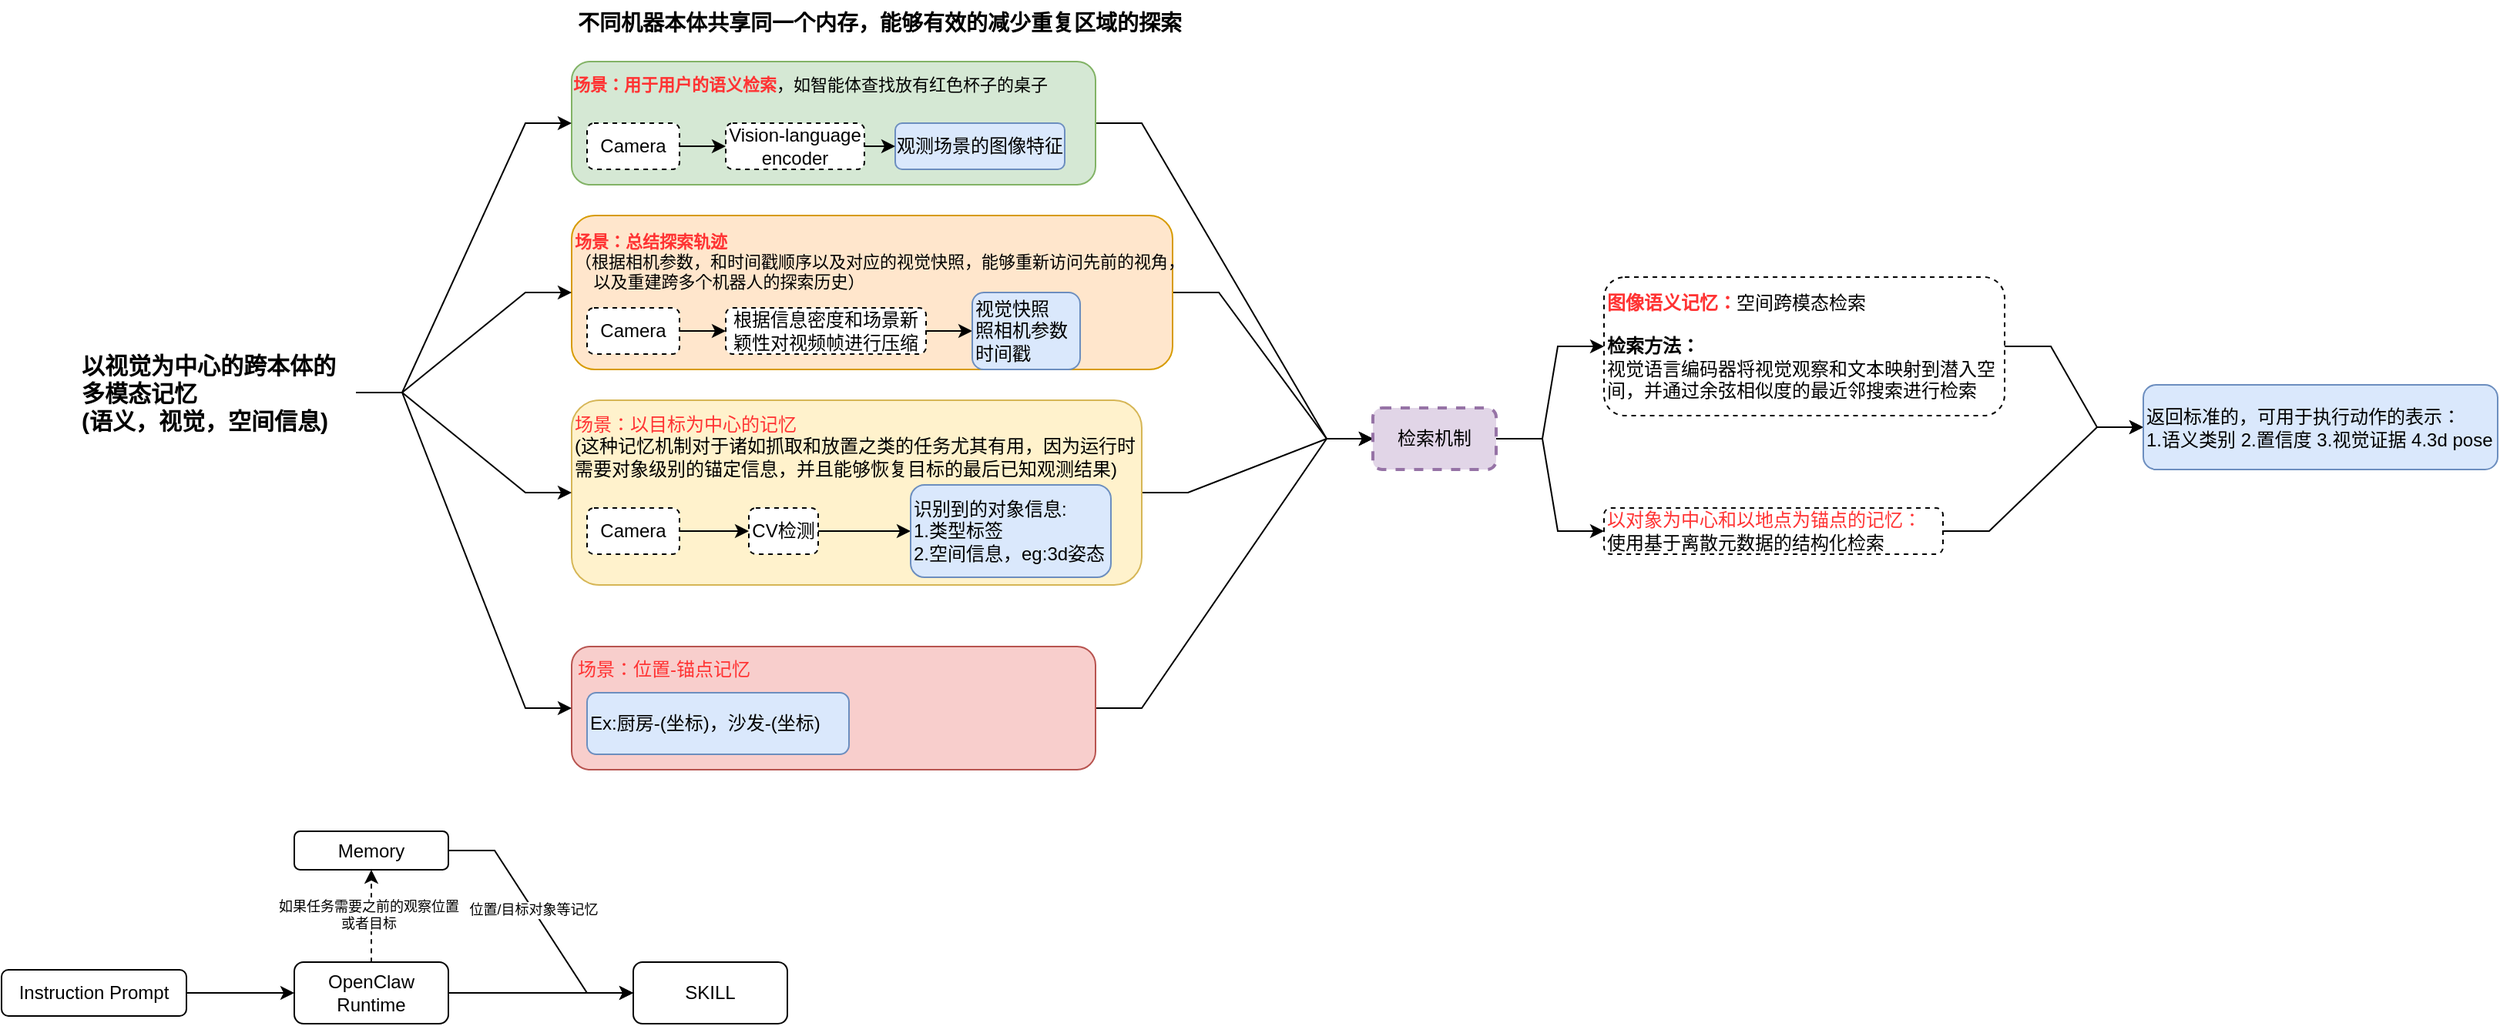
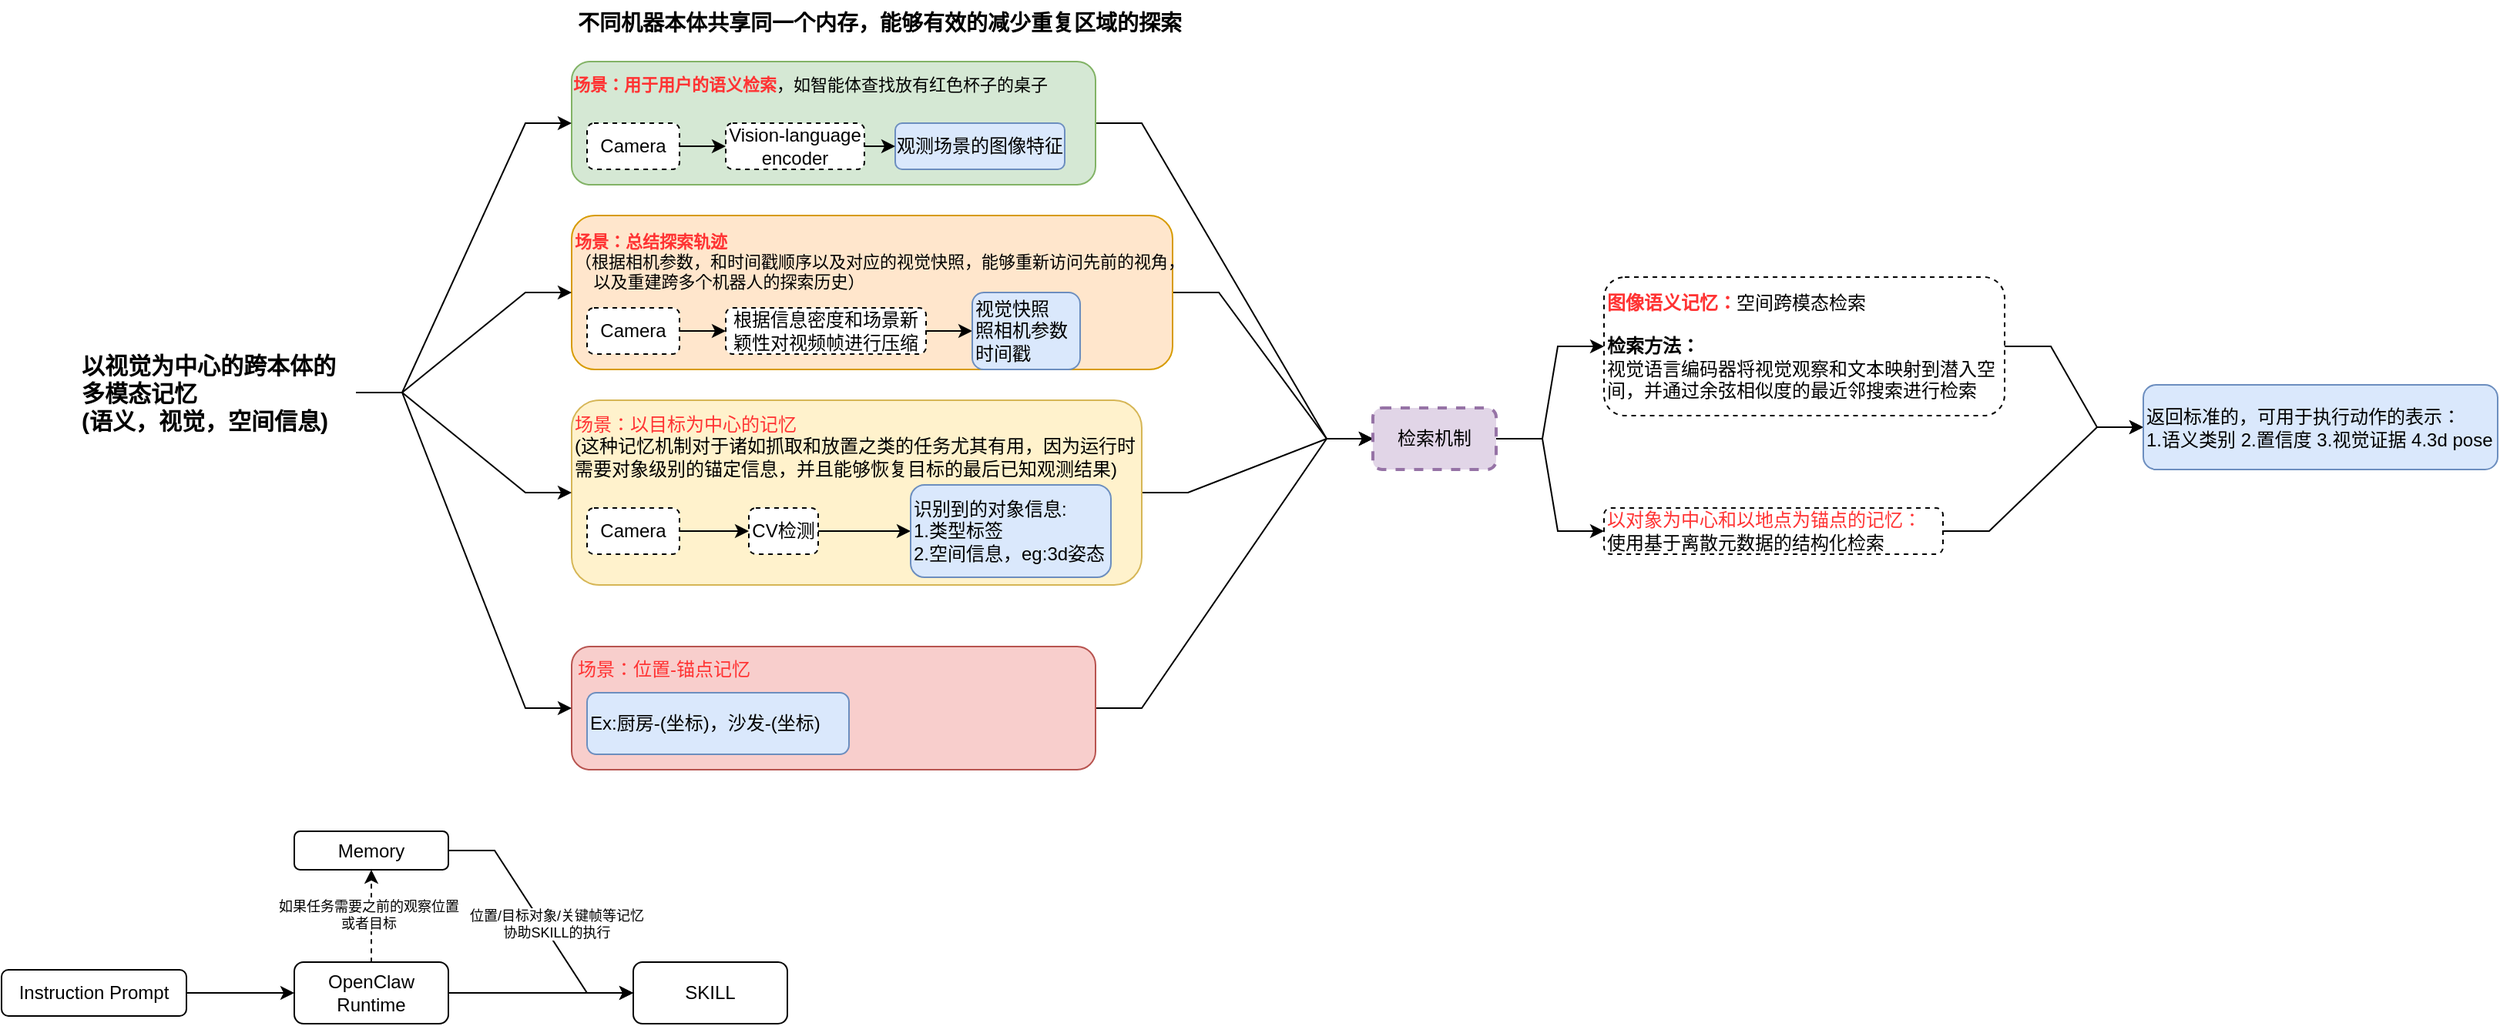
<mxfile host="app.diagrams.net">
  <diagram name="ABot-Claw" id="ri1UiOSOw__C7K71Jf-3">
    <mxGraphModel dx="725" dy="393" grid="1" gridSize="10" guides="1" tooltips="1" connect="1" arrows="1" fold="1" page="1" pageScale="1" pageWidth="3300" pageHeight="2339" math="0" shadow="0">
      <root>
        <mxCell id="0" />
        <mxCell id="1" parent="0" />
        <mxCell id="8uAygAgR7DF40HWwl34I-37" edge="1" parent="1" source="8uAygAgR7DF40HWwl34I-28" style="edgeStyle=entityRelationEdgeStyle;rounded=0;orthogonalLoop=1;jettySize=auto;html=1;exitX=1;exitY=0.5;exitDx=0;exitDy=0;" target="8uAygAgR7DF40HWwl34I-33">
          <mxGeometry relative="1" as="geometry" />
        </mxCell>
        <mxCell id="8uAygAgR7DF40HWwl34I-28" parent="1" style="rounded=1;whiteSpace=wrap;html=1;fillColor=#f8cecc;strokeColor=#b85450;" value="" vertex="1">
          <mxGeometry height="80" width="340" x="480" y="470" as="geometry" />
        </mxCell>
        <mxCell id="8uAygAgR7DF40HWwl34I-36" edge="1" parent="1" source="8uAygAgR7DF40HWwl34I-24" style="edgeStyle=entityRelationEdgeStyle;rounded=0;orthogonalLoop=1;jettySize=auto;html=1;exitX=1;exitY=0.5;exitDx=0;exitDy=0;entryX=0;entryY=0.5;entryDx=0;entryDy=0;" target="8uAygAgR7DF40HWwl34I-33">
          <mxGeometry relative="1" as="geometry">
            <mxPoint x="1020" y="320" as="targetPoint" />
          </mxGeometry>
        </mxCell>
        <mxCell id="8uAygAgR7DF40HWwl34I-24" parent="1" style="rounded=1;whiteSpace=wrap;html=1;fillColor=#fff2cc;strokeColor=#d6b656;" value="" vertex="1">
          <mxGeometry height="120" width="370" x="480" y="310" as="geometry" />
        </mxCell>
        <mxCell id="8uAygAgR7DF40HWwl34I-35" edge="1" parent="1" source="8uAygAgR7DF40HWwl34I-17" style="edgeStyle=entityRelationEdgeStyle;rounded=0;orthogonalLoop=1;jettySize=auto;html=1;exitX=1;exitY=0.5;exitDx=0;exitDy=0;entryX=0;entryY=0.5;entryDx=0;entryDy=0;" target="8uAygAgR7DF40HWwl34I-33">
          <mxGeometry relative="1" as="geometry" />
        </mxCell>
        <mxCell id="8uAygAgR7DF40HWwl34I-17" parent="1" style="rounded=1;whiteSpace=wrap;html=1;fillColor=#ffe6cc;strokeColor=#d79b00;" value="" vertex="1">
          <mxGeometry height="100" width="390" x="480" y="190" as="geometry" />
        </mxCell>
        <mxCell id="8uAygAgR7DF40HWwl34I-34" edge="1" parent="1" source="8uAygAgR7DF40HWwl34I-16" style="edgeStyle=entityRelationEdgeStyle;rounded=0;orthogonalLoop=1;jettySize=auto;html=1;exitX=1;exitY=0.5;exitDx=0;exitDy=0;entryX=0;entryY=0.5;entryDx=0;entryDy=0;" target="8uAygAgR7DF40HWwl34I-33">
          <mxGeometry relative="1" as="geometry" />
        </mxCell>
        <mxCell id="8uAygAgR7DF40HWwl34I-16" parent="1" style="rounded=1;whiteSpace=wrap;html=1;fillColor=#d5e8d4;strokeColor=#82b366;" value="" vertex="1">
          <mxGeometry height="80" width="340" x="480" y="90" as="geometry" />
        </mxCell>
        <mxCell id="8uAygAgR7DF40HWwl34I-29" edge="1" parent="1" source="8uAygAgR7DF40HWwl34I-1" style="edgeStyle=entityRelationEdgeStyle;rounded=0;orthogonalLoop=1;jettySize=auto;html=1;exitX=1;exitY=0.5;exitDx=0;exitDy=0;entryX=0;entryY=0.5;entryDx=0;entryDy=0;" target="8uAygAgR7DF40HWwl34I-16">
          <mxGeometry relative="1" as="geometry" />
        </mxCell>
        <mxCell id="8uAygAgR7DF40HWwl34I-30" edge="1" parent="1" source="8uAygAgR7DF40HWwl34I-1" style="edgeStyle=entityRelationEdgeStyle;rounded=0;orthogonalLoop=1;jettySize=auto;html=1;exitX=1;exitY=0.5;exitDx=0;exitDy=0;entryX=0;entryY=0.5;entryDx=0;entryDy=0;" target="8uAygAgR7DF40HWwl34I-28">
          <mxGeometry relative="1" as="geometry" />
        </mxCell>
        <mxCell id="8uAygAgR7DF40HWwl34I-31" edge="1" parent="1" source="8uAygAgR7DF40HWwl34I-1" style="edgeStyle=entityRelationEdgeStyle;rounded=0;orthogonalLoop=1;jettySize=auto;html=1;exitX=1;exitY=0.5;exitDx=0;exitDy=0;entryX=0;entryY=0.5;entryDx=0;entryDy=0;" target="8uAygAgR7DF40HWwl34I-17">
          <mxGeometry relative="1" as="geometry" />
        </mxCell>
        <mxCell id="8uAygAgR7DF40HWwl34I-32" edge="1" parent="1" source="8uAygAgR7DF40HWwl34I-1" style="edgeStyle=entityRelationEdgeStyle;rounded=0;orthogonalLoop=1;jettySize=auto;html=1;exitX=1;exitY=0.5;exitDx=0;exitDy=0;entryX=0;entryY=0.5;entryDx=0;entryDy=0;" target="8uAygAgR7DF40HWwl34I-24">
          <mxGeometry relative="1" as="geometry" />
        </mxCell>
        <mxCell id="8uAygAgR7DF40HWwl34I-1" parent="1" style="text;html=1;whiteSpace=wrap;strokeColor=none;fillColor=none;align=left;verticalAlign=middle;rounded=0;fontStyle=1;fontSize=15;" value="以视觉为中心的跨本体的多模态记忆&lt;br&gt;(语义，视觉，空间信息)" vertex="1">
          <mxGeometry height="30" width="180" x="160" y="290" as="geometry" />
        </mxCell>
        <mxCell id="8uAygAgR7DF40HWwl34I-2" parent="1" style="rounded=1;whiteSpace=wrap;html=1;fillColor=#dae8fc;strokeColor=#6c8ebf;" value="观测场景的图像特征" vertex="1">
          <mxGeometry height="30" width="110" x="690" y="130" as="geometry" />
        </mxCell>
        <mxCell id="8uAygAgR7DF40HWwl34I-5" edge="1" parent="1" source="8uAygAgR7DF40HWwl34I-3" style="edgeStyle=orthogonalEdgeStyle;rounded=0;orthogonalLoop=1;jettySize=auto;html=1;exitX=1;exitY=0.5;exitDx=0;exitDy=0;entryX=0;entryY=0.5;entryDx=0;entryDy=0;" target="8uAygAgR7DF40HWwl34I-2">
          <mxGeometry relative="1" as="geometry" />
        </mxCell>
        <mxCell id="8uAygAgR7DF40HWwl34I-3" parent="1" style="rounded=1;whiteSpace=wrap;html=1;dashed=1;" value="Vision-language encoder" vertex="1">
          <mxGeometry height="30" width="90" x="580" y="130" as="geometry" />
        </mxCell>
        <mxCell id="8uAygAgR7DF40HWwl34I-6" edge="1" parent="1" source="8uAygAgR7DF40HWwl34I-4" style="edgeStyle=orthogonalEdgeStyle;rounded=0;orthogonalLoop=1;jettySize=auto;html=1;exitX=1;exitY=0.5;exitDx=0;exitDy=0;entryX=0;entryY=0.5;entryDx=0;entryDy=0;" target="8uAygAgR7DF40HWwl34I-3">
          <mxGeometry relative="1" as="geometry" />
        </mxCell>
        <mxCell id="8uAygAgR7DF40HWwl34I-4" parent="1" style="rounded=1;whiteSpace=wrap;html=1;dashed=1;" value="Camera" vertex="1">
          <mxGeometry height="30" width="60" x="490" y="130" as="geometry" />
        </mxCell>
        <mxCell id="8uAygAgR7DF40HWwl34I-7" parent="1" style="text;html=1;whiteSpace=wrap;strokeColor=none;fillColor=none;align=center;verticalAlign=middle;rounded=0;fontSize=11;" value="&lt;b&gt;&lt;font style=&quot;color: rgb(255, 51, 51);&quot;&gt;场景：用于用户的语义检索&lt;/font&gt;&lt;/b&gt;，如智能体查找放有红色杯子的桌子" vertex="1">
          <mxGeometry height="30" width="310" x="480" y="90" as="geometry" />
        </mxCell>
        <mxCell id="8uAygAgR7DF40HWwl34I-10" edge="1" parent="1" source="8uAygAgR7DF40HWwl34I-8" style="edgeStyle=orthogonalEdgeStyle;rounded=0;orthogonalLoop=1;jettySize=auto;html=1;" target="8uAygAgR7DF40HWwl34I-9" value="">
          <mxGeometry relative="1" as="geometry" />
        </mxCell>
        <mxCell id="8uAygAgR7DF40HWwl34I-8" parent="1" style="rounded=1;whiteSpace=wrap;html=1;dashed=1;" value="Camera" vertex="1">
          <mxGeometry height="30" width="60" x="490" y="250" as="geometry" />
        </mxCell>
        <mxCell id="8uAygAgR7DF40HWwl34I-14" edge="1" parent="1" source="8uAygAgR7DF40HWwl34I-9" style="edgeStyle=orthogonalEdgeStyle;rounded=0;orthogonalLoop=1;jettySize=auto;html=1;exitX=1;exitY=0.5;exitDx=0;exitDy=0;entryX=0;entryY=0.5;entryDx=0;entryDy=0;" target="8uAygAgR7DF40HWwl34I-13">
          <mxGeometry relative="1" as="geometry" />
        </mxCell>
        <mxCell id="8uAygAgR7DF40HWwl34I-9" parent="1" style="rounded=1;whiteSpace=wrap;html=1;dashed=1;" value="根据信息密度和场景新颖性对视频帧进行压缩" vertex="1">
          <mxGeometry height="30" width="130" x="580" y="250" as="geometry" />
        </mxCell>
        <mxCell id="8uAygAgR7DF40HWwl34I-11" parent="1" style="text;html=1;whiteSpace=wrap;strokeColor=none;fillColor=none;align=left;verticalAlign=middle;rounded=0;fontSize=11;" value="&lt;b&gt;&lt;font style=&quot;color: rgb(255, 51, 51);&quot;&gt;场景：总结探索轨迹&lt;/font&gt;&lt;/b&gt;&lt;br&gt;（根据相机参数，和时间戳顺序以及对应的视觉快照，能够重新访问先前的视角，&lt;br&gt;&amp;nbsp; &amp;nbsp; 以及重建跨多个机器人的探索历史）" vertex="1">
          <mxGeometry height="40" width="420" x="480" y="200" as="geometry" />
        </mxCell>
        <mxCell id="8uAygAgR7DF40HWwl34I-13" parent="1" style="rounded=1;whiteSpace=wrap;html=1;fillColor=#dae8fc;strokeColor=#6c8ebf;align=left;" value="视觉快照&lt;br&gt;&lt;span style=&quot;&quot;&gt;照相机参数&lt;/span&gt;&lt;div style=&quot;&quot;&gt;时间戳&lt;/div&gt;" vertex="1">
          <mxGeometry height="50" width="70" x="740" y="240" as="geometry" />
        </mxCell>
        <mxCell id="8uAygAgR7DF40HWwl34I-25" edge="1" parent="1" source="8uAygAgR7DF40HWwl34I-19" style="edgeStyle=orthogonalEdgeStyle;rounded=0;orthogonalLoop=1;jettySize=auto;html=1;exitX=1;exitY=0.5;exitDx=0;exitDy=0;entryX=0;entryY=0.5;entryDx=0;entryDy=0;" target="8uAygAgR7DF40HWwl34I-20">
          <mxGeometry relative="1" as="geometry" />
        </mxCell>
        <mxCell id="8uAygAgR7DF40HWwl34I-19" parent="1" style="rounded=1;whiteSpace=wrap;html=1;dashed=1;" value="Camera" vertex="1">
          <mxGeometry height="30" width="60" x="490" y="380" as="geometry" />
        </mxCell>
        <mxCell id="8uAygAgR7DF40HWwl34I-22" edge="1" parent="1" source="8uAygAgR7DF40HWwl34I-20" style="edgeStyle=orthogonalEdgeStyle;rounded=0;orthogonalLoop=1;jettySize=auto;html=1;" target="8uAygAgR7DF40HWwl34I-21" value="">
          <mxGeometry relative="1" as="geometry" />
        </mxCell>
        <mxCell id="8uAygAgR7DF40HWwl34I-20" parent="1" style="rounded=1;whiteSpace=wrap;html=1;dashed=1;" value="CV检测" vertex="1">
          <mxGeometry height="30" width="45" x="595" y="380" as="geometry" />
        </mxCell>
        <mxCell id="8uAygAgR7DF40HWwl34I-21" parent="1" style="rounded=1;whiteSpace=wrap;html=1;align=left;fillColor=#dae8fc;strokeColor=#6c8ebf;" value="识别到的对象信息:&lt;div&gt;1.类型标签&lt;br&gt;2.空间信息，eg:3d姿态&lt;/div&gt;" vertex="1">
          <mxGeometry height="60" width="130" x="700" y="365" as="geometry" />
        </mxCell>
        <mxCell id="8uAygAgR7DF40HWwl34I-23" parent="1" style="text;html=1;whiteSpace=wrap;strokeColor=none;fillColor=none;align=left;verticalAlign=middle;rounded=0;" value="&lt;font style=&quot;color: rgb(255, 51, 51);&quot;&gt;场景：以目标为中心的记忆&lt;/font&gt;&lt;br&gt;(这种记忆机制对于诸如抓取和放置之类的任务尤其有用，因为运行时需要对象级别的锚定信息，并且能够恢复目标的最后已知观测结果)" vertex="1">
          <mxGeometry height="50" width="370" x="480" y="315" as="geometry" />
        </mxCell>
        <mxCell id="8uAygAgR7DF40HWwl34I-26" parent="1" style="rounded=1;whiteSpace=wrap;html=1;align=left;fillColor=#dae8fc;strokeColor=#6c8ebf;" value="Ex:厨房-(坐标)，沙发-(坐标)" vertex="1">
          <mxGeometry height="40" width="170" x="490" y="500" as="geometry" />
        </mxCell>
        <mxCell id="8uAygAgR7DF40HWwl34I-27" parent="1" style="text;html=1;whiteSpace=wrap;strokeColor=none;fillColor=none;align=center;verticalAlign=middle;rounded=0;fontColor=#FF3333;" value="场景：&lt;span style=&quot;text-align: left;&quot;&gt;位置-锚点记忆&lt;/span&gt;" vertex="1">
          <mxGeometry height="30" width="120" x="480" y="470" as="geometry" />
        </mxCell>
        <mxCell id="8uAygAgR7DF40HWwl34I-42" edge="1" parent="1" source="8uAygAgR7DF40HWwl34I-33" style="edgeStyle=entityRelationEdgeStyle;rounded=0;orthogonalLoop=1;jettySize=auto;html=1;exitX=1;exitY=0.5;exitDx=0;exitDy=0;" target="8uAygAgR7DF40HWwl34I-40">
          <mxGeometry relative="1" as="geometry" />
        </mxCell>
        <mxCell id="8uAygAgR7DF40HWwl34I-43" edge="1" parent="1" source="8uAygAgR7DF40HWwl34I-33" style="edgeStyle=entityRelationEdgeStyle;rounded=0;orthogonalLoop=1;jettySize=auto;html=1;exitX=1;exitY=0.5;exitDx=0;exitDy=0;entryX=0;entryY=0.5;entryDx=0;entryDy=0;" target="8uAygAgR7DF40HWwl34I-41">
          <mxGeometry relative="1" as="geometry" />
        </mxCell>
        <mxCell id="8uAygAgR7DF40HWwl34I-33" parent="1" style="rounded=1;whiteSpace=wrap;html=1;fillColor=#e1d5e7;strokeColor=#9673a6;dashed=1;strokeWidth=2;" value="检索机制" vertex="1">
          <mxGeometry height="40" width="80" x="1000" y="315" as="geometry" />
        </mxCell>
        <mxCell id="8uAygAgR7DF40HWwl34I-45" edge="1" parent="1" source="8uAygAgR7DF40HWwl34I-40" style="edgeStyle=entityRelationEdgeStyle;rounded=0;orthogonalLoop=1;jettySize=auto;html=1;exitX=1;exitY=0.5;exitDx=0;exitDy=0;entryX=0;entryY=0.5;entryDx=0;entryDy=0;" target="8uAygAgR7DF40HWwl34I-44">
          <mxGeometry relative="1" as="geometry" />
        </mxCell>
        <mxCell id="8uAygAgR7DF40HWwl34I-40" parent="1" style="text;html=1;whiteSpace=wrap;strokeColor=default;fillColor=none;align=left;verticalAlign=middle;rounded=1;dashed=1;" value="&lt;b&gt;&lt;font style=&quot;color: rgb(255, 51, 51);&quot;&gt;图像语义记忆：&lt;/font&gt;&lt;/b&gt;空间跨模态检索&lt;br&gt;&lt;br&gt;&lt;b&gt;&lt;font style=&quot;color: rgb(0, 0, 0);&quot;&gt;检索方法：&lt;/font&gt;&lt;/b&gt;&lt;br&gt;视觉语言编码器将视觉观察和文本映射到潜入空间，并通过余弦相似度的最近邻搜索进行检索" vertex="1">
          <mxGeometry height="90" width="260" x="1150" y="230" as="geometry" />
        </mxCell>
        <mxCell id="8uAygAgR7DF40HWwl34I-46" edge="1" parent="1" source="8uAygAgR7DF40HWwl34I-41" style="edgeStyle=entityRelationEdgeStyle;rounded=0;orthogonalLoop=1;jettySize=auto;html=1;exitX=1;exitY=0.5;exitDx=0;exitDy=0;entryX=0;entryY=0.5;entryDx=0;entryDy=0;" target="8uAygAgR7DF40HWwl34I-44">
          <mxGeometry relative="1" as="geometry" />
        </mxCell>
        <mxCell id="8uAygAgR7DF40HWwl34I-41" parent="1" style="text;html=1;whiteSpace=wrap;strokeColor=default;fillColor=none;align=left;verticalAlign=middle;rounded=1;dashed=1;" value="&lt;font style=&quot;color: rgb(255, 51, 51);&quot;&gt;以对象为中心和以地点为锚点的记忆：&lt;/font&gt;&lt;br&gt;使用基于离散元数据的结构化检索" vertex="1">
          <mxGeometry height="30" width="220" x="1150" y="380" as="geometry" />
        </mxCell>
        <mxCell id="8uAygAgR7DF40HWwl34I-44" parent="1" style="rounded=1;whiteSpace=wrap;html=1;align=left;fillColor=#dae8fc;strokeColor=#6c8ebf;" value="返回标准的，可用于执行动作的表示：&lt;br&gt;1.语义类别 2.置信度 3.视觉证据 4.3d pose" vertex="1">
          <mxGeometry height="55" width="230" x="1500" y="300" as="geometry" />
        </mxCell>
        <mxCell id="8uAygAgR7DF40HWwl34I-47" parent="1" style="text;html=1;whiteSpace=wrap;strokeColor=none;fillColor=none;align=center;verticalAlign=middle;rounded=0;fontStyle=1;fontSize=14;" value="不同机器本体共享同一个内存，能够有效的减少重复区域的探索" vertex="1">
          <mxGeometry height="30" width="400" x="480" y="50" as="geometry" />
        </mxCell>
        <mxCell id="8uAygAgR7DF40HWwl34I-50" edge="1" parent="1" source="8uAygAgR7DF40HWwl34I-48" style="edgeStyle=entityRelationEdgeStyle;rounded=0;orthogonalLoop=1;jettySize=auto;html=1;" target="8uAygAgR7DF40HWwl34I-49" value="">
          <mxGeometry relative="1" as="geometry" />
        </mxCell>
        <mxCell id="8uAygAgR7DF40HWwl34I-48" parent="1" style="rounded=1;whiteSpace=wrap;html=1;" value="Instruction Prompt" vertex="1">
          <mxGeometry height="30" width="120" x="110" y="680" as="geometry" />
        </mxCell>
        <mxCell id="8uAygAgR7DF40HWwl34I-52" edge="1" parent="1" source="8uAygAgR7DF40HWwl34I-49" style="edgeStyle=entityRelationEdgeStyle;rounded=0;orthogonalLoop=1;jettySize=auto;html=1;" target="8uAygAgR7DF40HWwl34I-51" value="">
          <mxGeometry relative="1" as="geometry" />
        </mxCell>
        <mxCell id="8uAygAgR7DF40HWwl34I-62" edge="1" parent="1" source="8uAygAgR7DF40HWwl34I-49" style="rounded=0;orthogonalLoop=1;jettySize=auto;html=1;exitX=0.5;exitY=0;exitDx=0;exitDy=0;entryX=0.5;entryY=1;entryDx=0;entryDy=0;dashed=1;edgeStyle=orthogonalEdgeStyle;curved=1;" target="8uAygAgR7DF40HWwl34I-53">
          <mxGeometry relative="1" as="geometry">
            <mxPoint x="355" y="640" as="targetPoint" />
          </mxGeometry>
        </mxCell>
        <mxCell id="8uAygAgR7DF40HWwl34I-63" connectable="0" parent="8uAygAgR7DF40HWwl34I-62" style="edgeLabel;html=1;align=center;verticalAlign=middle;resizable=0;points=[];fontSize=9;" value="如果任务需要之前的观察位置&lt;br&gt;或者目标" vertex="1">
          <mxGeometry relative="1" x="0.053" y="2" as="geometry">
            <mxPoint as="offset" />
          </mxGeometry>
        </mxCell>
        <mxCell id="8uAygAgR7DF40HWwl34I-49" parent="1" style="rounded=1;whiteSpace=wrap;html=1;" value="OpenClaw&lt;br&gt;Runtime" vertex="1">
          <mxGeometry height="40" width="100" x="300" y="675" as="geometry" />
        </mxCell>
        <mxCell id="8uAygAgR7DF40HWwl34I-51" parent="1" style="rounded=1;whiteSpace=wrap;html=1;" value="SKILL" vertex="1">
          <mxGeometry height="40" width="100" x="520" y="675" as="geometry" />
        </mxCell>
        <mxCell id="8uAygAgR7DF40HWwl34I-64" edge="1" parent="1" source="8uAygAgR7DF40HWwl34I-53" style="edgeStyle=entityRelationEdgeStyle;rounded=0;orthogonalLoop=1;jettySize=auto;html=1;exitX=1;exitY=0.5;exitDx=0;exitDy=0;entryX=0;entryY=0.5;entryDx=0;entryDy=0;" target="8uAygAgR7DF40HWwl34I-51">
          <mxGeometry relative="1" as="geometry" />
        </mxCell>
-         <mxCell id="8uAygAgR7DF40HWwl34I-65" connectable="0" parent="8uAygAgR7DF40HWwl34I-64" style="edgeLabel;html=1;align=center;verticalAlign=middle;resizable=0;points=[];fontSize=9;" value="位置/目标对象等记忆" vertex="1">
+         <mxCell id="8uAygAgR7DF40HWwl34I-65" connectable="0" parent="8uAygAgR7DF40HWwl34I-64" style="edgeLabel;html=1;align=center;verticalAlign=middle;resizable=0;points=[];fontSize=9;" value="位置/目标对象/关键帧等记忆&lt;br&gt;协助SKILL的执行" vertex="1">
          <mxGeometry relative="1" x="-0.1048" as="geometry">
-             <mxPoint as="offset" />
+             <mxPoint x="15" y="9" as="offset" />
          </mxGeometry>
        </mxCell>
        <mxCell id="8uAygAgR7DF40HWwl34I-53" parent="1" style="rounded=1;whiteSpace=wrap;html=1;" value="Memory" vertex="1">
          <mxGeometry height="25" width="100" x="300" y="590" as="geometry" />
        </mxCell>
      </root>
    </mxGraphModel>
  </diagram>
</mxfile>
